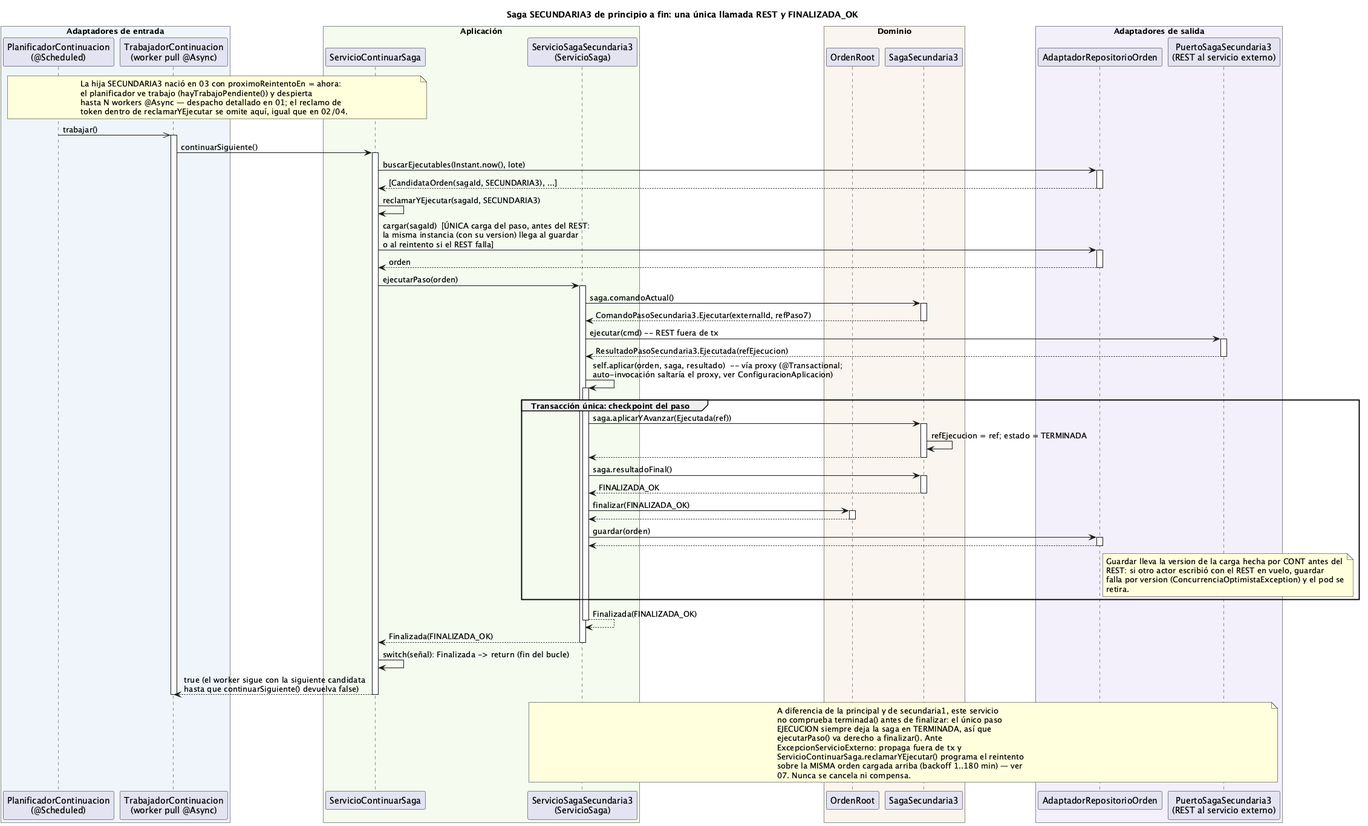
ralcazar/patrones keeps this PlantUML diagram as order-manager/docs/06-saga-secundaria3.png. Above is the earlier version.
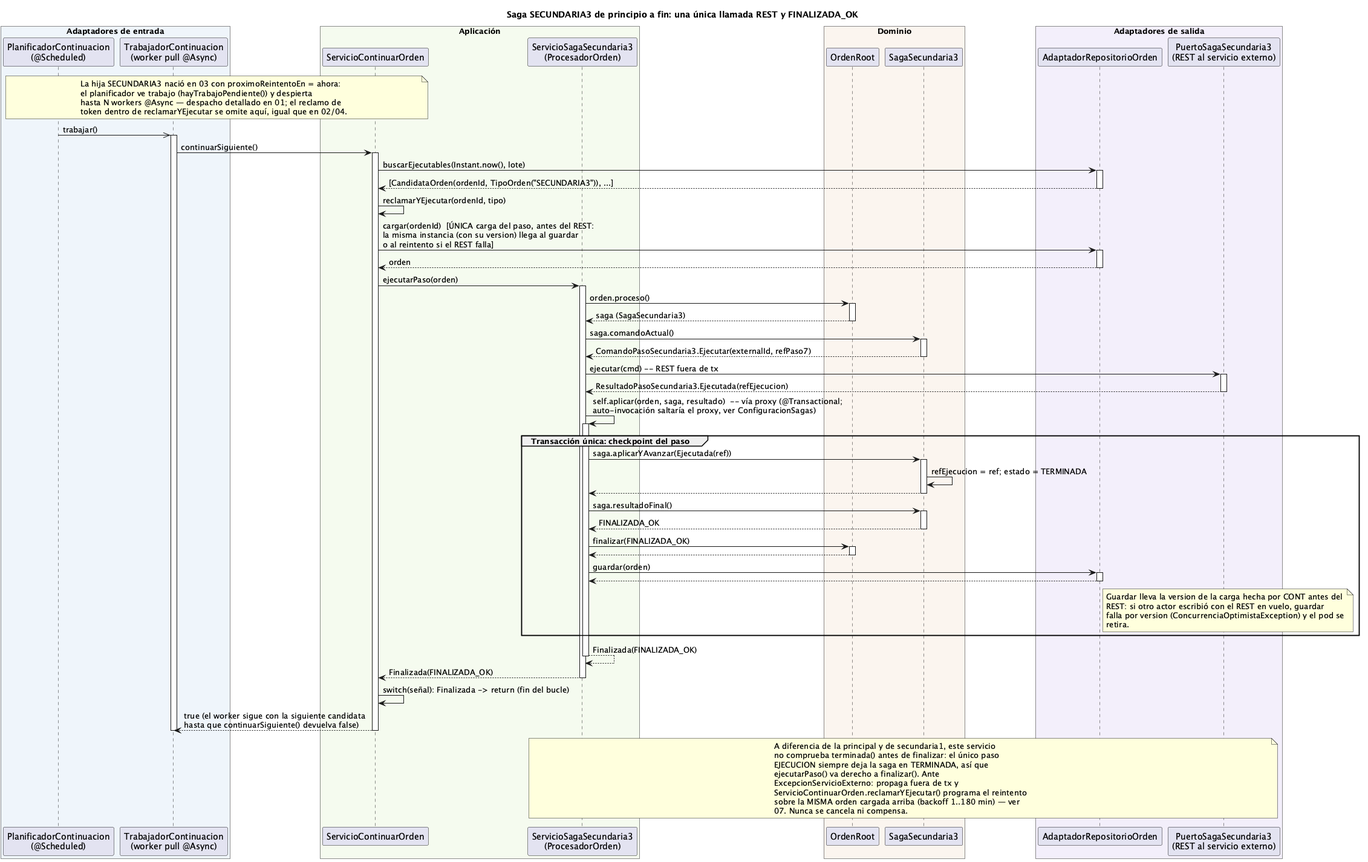
The same diagram one commit later.

The edit, as a diff of the source:
```diff
@@ -1,5 +1,4 @@
 @startuml 06-saga-secundaria3
-!pragma layout smetana
 title Saga SECUNDARIA3 de principio a fin: una única llamada REST y FINALIZADA_OK
 
 box "Adaptadores de entrada" #EFF5FB
@@ -7,8 +6,8 @@
   participant "TrabajadorContinuacion\n(worker pull @Async)" as TRAB
 end box
 box "Aplicación" #F5FBEF
-  participant "ServicioContinuarSaga" as CONT
-  participant "ServicioSagaSecundaria3\n(ServicioSaga)" as ORQ
+  participant "ServicioContinuarOrden" as CONT
+  participant "ServicioSagaSecundaria3\n(ProcesadorOrden)" as ORQ
 end box
 box "Dominio" #FBF5EF
   participant "OrdenRoot" as ORDEN
@@ -30,16 +29,18 @@
 activate TRAB
 TRAB -> CONT ++ : continuarSiguiente()
 CONT -> REPO ++ : buscarEjecutables(Instant.now(), lote)
-return [CandidataOrden(sagaId, SECUNDARIA3), ...]
-CONT -> CONT : reclamarYEjecutar(sagaId, SECUNDARIA3)
-CONT -> REPO ++ : cargar(sagaId)  [ÚNICA carga del paso, antes del REST:\nla misma instancia (con su version) llega al guardar\no al reintento si el REST falla]
+return [CandidataOrden(ordenId, TipoOrden("SECUNDARIA3")), ...]
+CONT -> CONT : reclamarYEjecutar(ordenId, tipo)
+CONT -> REPO ++ : cargar(ordenId)  [ÚNICA carga del paso, antes del REST:\nla misma instancia (con su version) llega al guardar\no al reintento si el REST falla]
 return orden
 CONT -> ORQ ++ : ejecutarPaso(orden)
+ORQ -> ORDEN ++ : orden.proceso()
+return saga (SagaSecundaria3)
 ORQ -> SAGA ++ : saga.comandoActual()
 return ComandoPasoSecundaria3.Ejecutar(externalId, refPaso7)
 ORQ -> PSIM ++ : ejecutar(cmd) -- REST fuera de tx
 return ResultadoPasoSecundaria3.Ejecutada(refEjecucion)
-ORQ -> ORQ ++ : self.aplicar(orden, saga, resultado)  -- vía proxy (@Transactional;\nauto-invocación saltaría el proxy, ver ConfiguracionAplicacion)
+ORQ -> ORQ ++ : self.aplicar(orden, saga, resultado)  -- vía proxy (@Transactional;\nauto-invocación saltaría el proxy, ver ConfiguracionSagas)
 group Transacción única: checkpoint del paso
   ORQ -> SAGA ++ : saga.aplicarYAvanzar(Ejecutada(ref))
   SAGA -> SAGA : refEjecucion = ref; estado = TERMINADA
@@ -69,7 +70,7 @@
   EJECUCION siempre deja la saga en TERMINADA, así que
   ejecutarPaso() va derecho a finalizar(). Ante
   ExcepcionServicioExterno: propaga fuera de tx y
-  ServicioContinuarSaga.reclamarYEjecutar() programa el reintento
+  ServicioContinuarOrden.reclamarYEjecutar() programa el reintento
   sobre la MISMA orden cargada arriba (backoff 1..180 min) — ver
   07. Nunca se cancela ni compensa.
 end note
```
